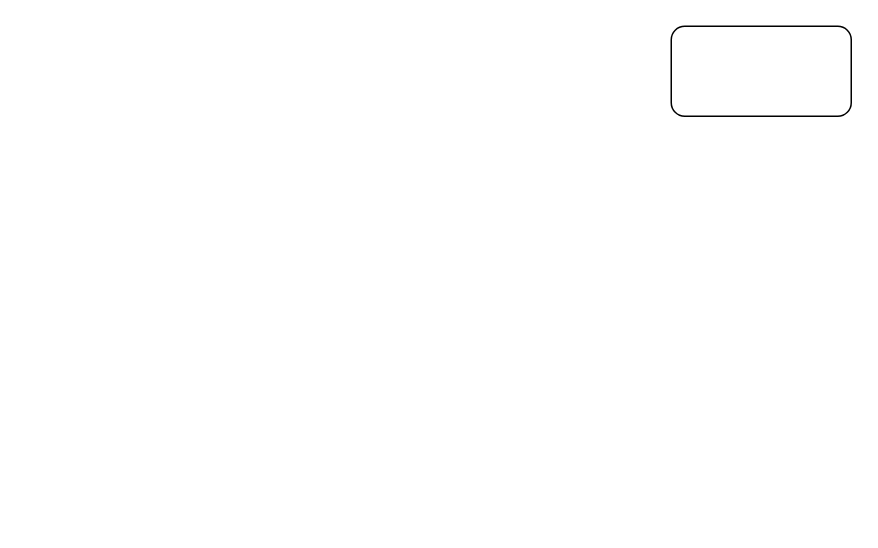
Above: velux00.drawio in hhoef/zonwering (draw.io), before the change. Source tidied: cells renumbered, new cells numbered last; positions are measured from the earlier drawing's top-left corner, leaving out a move shared by most shapes. Both pictures are drawn from the tidied source at 150%, with x=0, y=0 at pixel (670, 26).
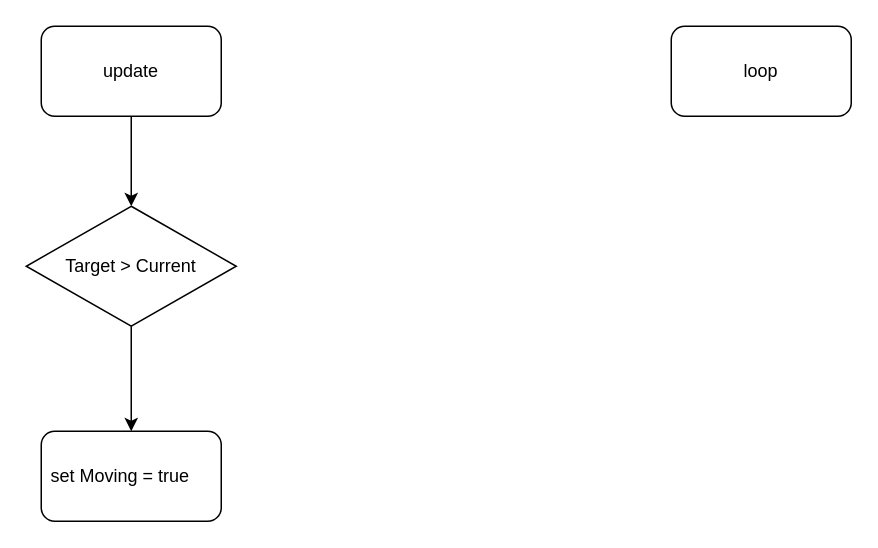
The same page after the edit.

The edit, as a diff of the source:
```diff
@@
 <mxGraphModel>
   <root>
     <mxCell id="0" />
     <mxCell id="1" parent="0" />
-    <mxCell id="2" style="rounded=1;whiteSpace=wrap;html=1;" parent="1" vertex="1">
+    <mxCell id="2" value="loop" style="rounded=1;whiteSpace=wrap;html=1;" parent="1" vertex="1">
       <mxGeometry width="120" height="60" as="geometry" />
     </mxCell>
+    <mxCell id="3" style="edgeStyle=orthogonalEdgeStyle;rounded=0;jettySize=auto;html=1;exitX=0.5;exitY=1;exitDx=0;exitDy=0;entryX=0.5;entryY=0;entryDx=0;entryDy=0;" parent="1" edge="1" source="4" target="6">
+      <mxGeometry relative="1" as="geometry" />
+    </mxCell>
+    <mxCell id="4" value="update" style="rounded=1;whiteSpace=wrap;html=1;" parent="1" vertex="1">
+      <mxGeometry x="-420" width="120" height="60" as="geometry" />
+    </mxCell>
+    <mxCell id="5" style="edgeStyle=orthogonalEdgeStyle;rounded=0;jettySize=auto;html=1;exitX=0.5;exitY=1;exitDx=0;exitDy=0;entryX=0.5;entryY=0;entryDx=0;entryDy=0;" parent="1" edge="1" source="6" target="7">
+      <mxGeometry relative="1" as="geometry" />
+    </mxCell>
+    <mxCell id="6" value="Target &amp;gt; Current" style="rhombus;whiteSpace=wrap;html=1;" parent="1" vertex="1">
+      <mxGeometry x="-430" y="120" width="140" height="80" as="geometry" />
+    </mxCell>
+    <mxCell id="7" value="set Moving = true&lt;span style=&quot;white-space: pre;&quot;&gt;&#9;&lt;/span&gt;" style="rounded=1;whiteSpace=wrap;html=1;" parent="1" vertex="1">
+      <mxGeometry x="-420" y="270" width="120" height="60" as="geometry" />
+    </mxCell>
   </root>
 </mxGraphModel>
```
